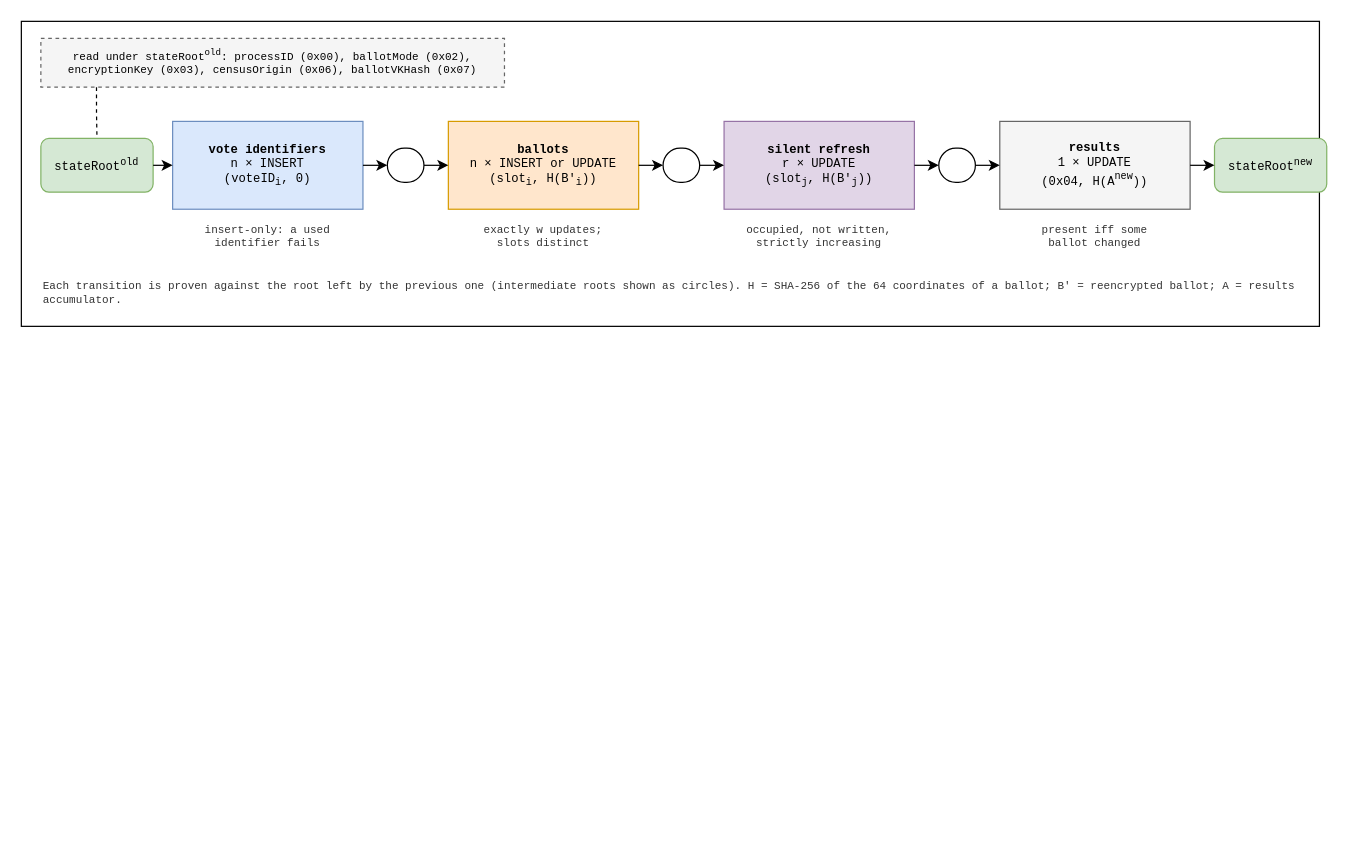
The draw.io diagram v2/figures/smt-chain.drawio in vocdoni/davinci-paper, before the edit. Source tidied: cells renumbered, new cells numbered last; positions are measured from the earlier drawing's top-left corner, leaving out a move shared by most shapes. Both pictures are drawn from the tidied source at 122%, with x=0, y=0 at pixel (21, 21).
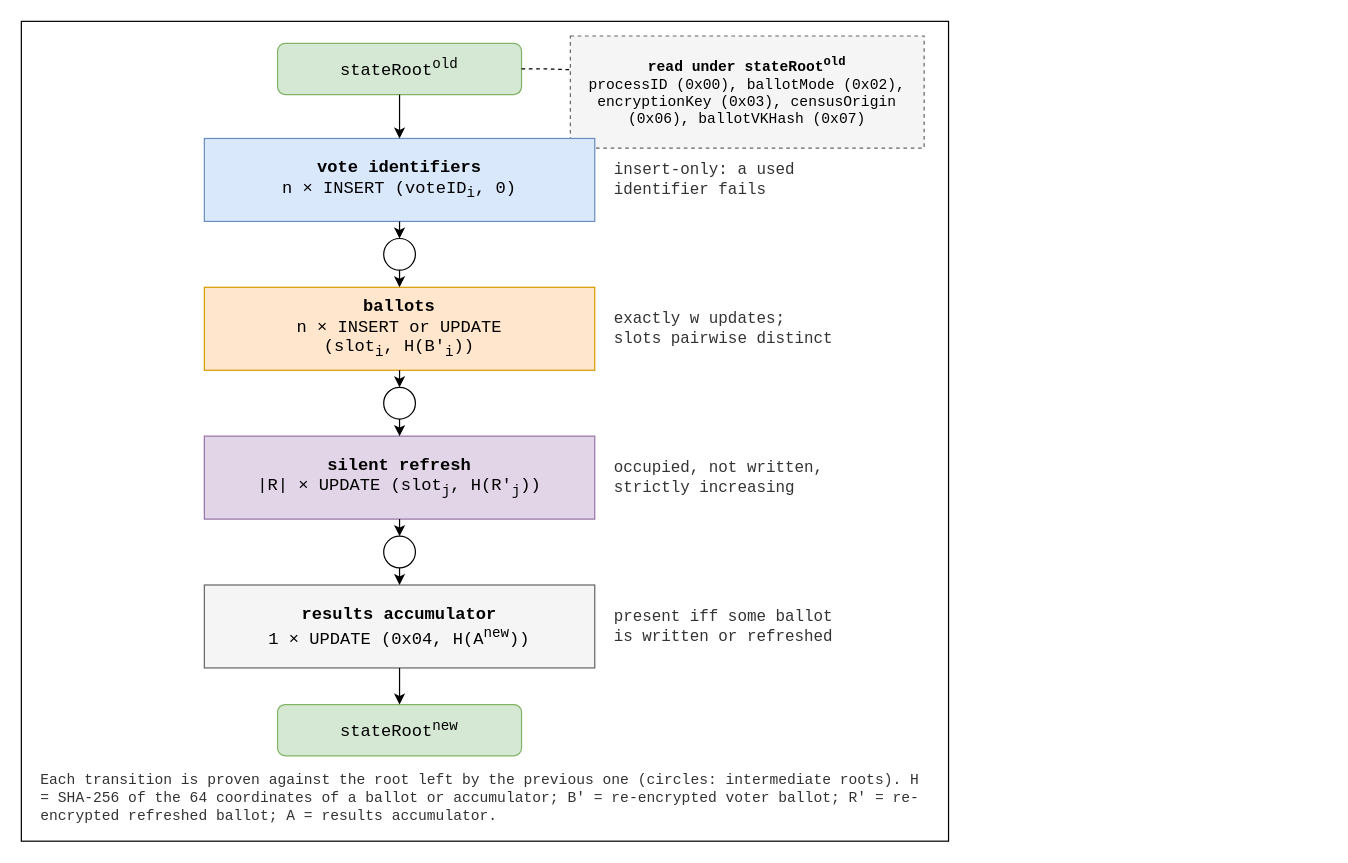
The same diagram, later.

Diff of the diagram source:
```diff
@@
+    <mxCell id="26" style="rounded=0;whiteSpace=wrap;html=1;fontSize=11;fillColor=none;strokeColor=#000000;fontFamily=Courier New;verticalAlign=top;align=center;spacingTop=4;spacingLeft=6;fontStyle=1;" parent="1" vertex="1">
+      <mxGeometry width="760" height="672" as="geometry" />
+    </mxCell>
-    <mxCell id="2" style="rounded=0;whiteSpace=wrap;html=1;fontSize=11;fillColor=none;strokeColor=#000000;fontFamily=Courier New;verticalAlign=top;align=center;spacingTop=4;spacingLeft=6;fontStyle=1;" parent="1" vertex="1">
-      <mxGeometry width="1064" height="250" as="geometry" />
+    <mxCell id="2" value="stateRoot&lt;sup&gt;old&lt;/sup&gt;" style="rounded=1;whiteSpace=wrap;html=1;fontSize=14;fillColor=#d5e8d4;strokeColor=#82b366;fontFamily=Courier New;align=center;verticalAlign=middle;" parent="1" vertex="1">
+      <mxGeometry x="210" y="18" width="200" height="42" as="geometry" />
     </mxCell>
-    <mxCell id="3" value="stateRoot&lt;sup&gt;old&lt;/sup&gt;" style="rounded=1;whiteSpace=wrap;html=1;fontSize=10;fillColor=#d5e8d4;strokeColor=#82b366;fontFamily=Courier New;align=center;verticalAlign=middle;" parent="1" vertex="1">
-      <mxGeometry x="16" y="96" width="92" height="44" as="geometry" />
+    <mxCell id="3" value="&lt;b&gt;read under stateRoot&lt;sup&gt;old&lt;/sup&gt;&lt;/b&gt;&lt;br&gt;processID (0x00), ballotMode (0x02),&lt;br&gt;encryptionKey (0x03), censusOrigin&lt;br&gt;(0x06), ballotVKHash (0x07)" style="rounded=0;whiteSpace=wrap;html=1;fontSize=12;fillColor=#f5f5f5;strokeColor=#666666;fontFamily=Courier New;align=center;verticalAlign=middle;dashed=1;" parent="1" vertex="1">
+      <mxGeometry x="450" y="12" width="290" height="92" as="geometry" />
     </mxCell>
-    <mxCell id="4" value="&lt;b&gt;vote identifiers&lt;/b&gt;&lt;br&gt;n &amp;times; INSERT&lt;br&gt;(voteID&lt;sub&gt;i&lt;/sub&gt;, 0)" style="rounded=0;whiteSpace=wrap;html=1;fontSize=10;fillColor=#dae8fc;strokeColor=#6c8ebf;fontFamily=Courier New;align=center;verticalAlign=middle;" parent="1" vertex="1">
-      <mxGeometry x="124" y="82" width="156" height="72" as="geometry" />
+    <mxCell id="4" style="edgeStyle=orthogonalEdgeStyle;rounded=0;html=1;endArrow=none;startArrow=none;endSize=6;startSize=6;fontSize=10;fontFamily=Courier New;strokeColor=#000000;strokeWidth=1;dashed=1;labelBackgroundColor=#ffffff;exitX=1;exitY=0.5;exitDx=0;exitDy=0;entryX=0;entryY=0.3;entryDx=0;entryDy=0;" parent="1" edge="1" source="2" target="3">
+      <mxGeometry relative="1" as="geometry" />
     </mxCell>
-    <mxCell id="5" style="edgeStyle=orthogonalEdgeStyle;rounded=0;html=1;endArrow=classic;startArrow=none;endSize=6;startSize=6;fontSize=10;fontFamily=Courier New;strokeColor=#000000;strokeWidth=1;labelBackgroundColor=#ffffff;exitX=1;exitY=0.5;exitDx=0;exitDy=0;entryX=0;entryY=0.5;entryDx=0;entryDy=0;" parent="1" edge="1" source="3" target="4">
-      <mxGeometry relative="1" as="geometry" />
+    <mxCell id="5" value="&lt;b&gt;vote identifiers&lt;/b&gt;&lt;br&gt;n &amp;times; INSERT (voteID&lt;sub&gt;i&lt;/sub&gt;, 0)" style="rounded=0;whiteSpace=wrap;html=1;fontSize=14;fillColor=#dae8fc;strokeColor=#6c8ebf;fontFamily=Courier New;align=center;verticalAlign=middle;" parent="1" vertex="1">
+      <mxGeometry x="150" y="96" width="320" height="68" as="geometry" />
     </mxCell>
-    <mxCell id="6" value="insert-only: a used&lt;br&gt;identifier fails" style="text;html=1;whiteSpace=wrap;fontSize=9;fontFamily=Courier New;align=center;verticalAlign=middle;fontColor=#333333;" parent="1" vertex="1">
-      <mxGeometry x="124" y="160" width="156" height="34" as="geometry" />
+    <mxCell id="6" style="edgeStyle=orthogonalEdgeStyle;rounded=0;html=1;endArrow=classic;startArrow=none;endSize=6;startSize=6;fontSize=10;fontFamily=Courier New;strokeColor=#000000;strokeWidth=1;labelBackgroundColor=#ffffff;exitX=0.5;exitY=1;exitDx=0;exitDy=0;entryX=0.5;entryY=0;entryDx=0;entryDy=0;" parent="1" edge="1" source="2" target="5">
+      <mxGeometry relative="1" as="geometry" />
     </mxCell>
-    <mxCell id="7" style="rounded=1;whiteSpace=wrap;html=1;fontSize=11;fillColor=#ffffff;strokeColor=#000000;fontFamily=Courier New;align=center;verticalAlign=middle;arcSize=50;" parent="1" vertex="1">
-      <mxGeometry x="300" y="104" width="30" height="28" as="geometry" />
+    <mxCell id="7" value="insert-only: a used&lt;br&gt;identifier fails" style="text;html=1;whiteSpace=wrap;fontSize=13;fontFamily=Courier New;align=left;verticalAlign=middle;fontColor=#333333;" parent="1" vertex="1">
+      <mxGeometry x="484" y="106" width="270" height="48" as="geometry" />
     </mxCell>
-    <mxCell id="8" style="edgeStyle=orthogonalEdgeStyle;rounded=0;html=1;endArrow=classic;startArrow=none;endSize=6;startSize=6;fontSize=10;fontFamily=Courier New;strokeColor=#000000;strokeWidth=1;labelBackgroundColor=#ffffff;exitX=1;exitY=0.5;exitDx=0;exitDy=0;entryX=0;entryY=0.5;entryDx=0;entryDy=0;" parent="1" edge="1" source="4" target="7">
-      <mxGeometry relative="1" as="geometry" />
+    <mxCell id="8" style="rounded=1;whiteSpace=wrap;html=1;fontSize=11;fillColor=#ffffff;strokeColor=#000000;fontFamily=Courier New;align=center;verticalAlign=middle;arcSize=50;" parent="1" vertex="1">
+      <mxGeometry x="297" y="178" width="26" height="26" as="geometry" />
     </mxCell>
-    <mxCell id="9" value="&lt;b&gt;ballots&lt;/b&gt;&lt;br&gt;n &amp;times; INSERT or UPDATE&lt;br&gt;(slot&lt;sub&gt;i&lt;/sub&gt;, H(B'&lt;sub&gt;i&lt;/sub&gt;))" style="rounded=0;whiteSpace=wrap;html=1;fontSize=10;fillColor=#ffe6cc;strokeColor=#d79b00;fontFamily=Courier New;align=center;verticalAlign=middle;" parent="1" vertex="1">
-      <mxGeometry x="350" y="82" width="156" height="72" as="geometry" />
+    <mxCell id="9" style="edgeStyle=orthogonalEdgeStyle;rounded=0;html=1;endArrow=classic;startArrow=none;endSize=6;startSize=6;fontSize=10;fontFamily=Courier New;strokeColor=#000000;strokeWidth=1;labelBackgroundColor=#ffffff;exitX=0.5;exitY=1;exitDx=0;exitDy=0;entryX=0.5;entryY=0;entryDx=0;entryDy=0;" parent="1" edge="1" source="5" target="8">
+      <mxGeometry relative="1" as="geometry" />
     </mxCell>
-    <mxCell id="10" style="edgeStyle=orthogonalEdgeStyle;rounded=0;html=1;endArrow=classic;startArrow=none;endSize=6;startSize=6;fontSize=10;fontFamily=Courier New;strokeColor=#000000;strokeWidth=1;labelBackgroundColor=#ffffff;exitX=1;exitY=0.5;exitDx=0;exitDy=0;entryX=0;entryY=0.5;entryDx=0;entryDy=0;" parent="1" edge="1" source="7" target="9">
-      <mxGeometry relative="1" as="geometry" />
+    <mxCell id="10" value="&lt;b&gt;ballots&lt;/b&gt;&lt;br&gt;n &amp;times; INSERT or UPDATE&lt;br&gt;(slot&lt;sub&gt;i&lt;/sub&gt;, H(B'&lt;sub&gt;i&lt;/sub&gt;))" style="rounded=0;whiteSpace=wrap;html=1;fontSize=14;fillColor=#ffe6cc;strokeColor=#d79b00;fontFamily=Courier New;align=center;verticalAlign=middle;" parent="1" vertex="1">
+      <mxGeometry x="150" y="218" width="320" height="68" as="geometry" />
     </mxCell>
-    <mxCell id="11" value="exactly w updates;&lt;br&gt;slots distinct" style="text;html=1;whiteSpace=wrap;fontSize=9;fontFamily=Courier New;align=center;verticalAlign=middle;fontColor=#333333;" parent="1" vertex="1">
-      <mxGeometry x="350" y="160" width="156" height="34" as="geometry" />
+    <mxCell id="11" style="edgeStyle=orthogonalEdgeStyle;rounded=0;html=1;endArrow=classic;startArrow=none;endSize=6;startSize=6;fontSize=10;fontFamily=Courier New;strokeColor=#000000;strokeWidth=1;labelBackgroundColor=#ffffff;exitX=0.5;exitY=1;exitDx=0;exitDy=0;entryX=0.5;entryY=0;entryDx=0;entryDy=0;" parent="1" edge="1" source="8" target="10">
+      <mxGeometry relative="1" as="geometry" />
     </mxCell>
-    <mxCell id="12" style="rounded=1;whiteSpace=wrap;html=1;fontSize=11;fillColor=#ffffff;strokeColor=#000000;fontFamily=Courier New;align=center;verticalAlign=middle;arcSize=50;" parent="1" vertex="1">
-      <mxGeometry x="526" y="104" width="30" height="28" as="geometry" />
+    <mxCell id="12" value="exactly w updates;&lt;br&gt;slots pairwise distinct" style="text;html=1;whiteSpace=wrap;fontSize=13;fontFamily=Courier New;align=left;verticalAlign=middle;fontColor=#333333;" parent="1" vertex="1">
+      <mxGeometry x="484" y="228" width="270" height="48" as="geometry" />
     </mxCell>
-    <mxCell id="13" style="edgeStyle=orthogonalEdgeStyle;rounded=0;html=1;endArrow=classic;startArrow=none;endSize=6;startSize=6;fontSize=10;fontFamily=Courier New;strokeColor=#000000;strokeWidth=1;labelBackgroundColor=#ffffff;exitX=1;exitY=0.5;exitDx=0;exitDy=0;entryX=0;entryY=0.5;entryDx=0;entryDy=0;" parent="1" edge="1" source="9" target="12">
-      <mxGeometry relative="1" as="geometry" />
+    <mxCell id="13" style="rounded=1;whiteSpace=wrap;html=1;fontSize=11;fillColor=#ffffff;strokeColor=#000000;fontFamily=Courier New;align=center;verticalAlign=middle;arcSize=50;" parent="1" vertex="1">
+      <mxGeometry x="297" y="300" width="26" height="26" as="geometry" />
     </mxCell>
-    <mxCell id="14" value="&lt;b&gt;silent refresh&lt;/b&gt;&lt;br&gt;r &amp;times; UPDATE&lt;br&gt;(slot&lt;sub&gt;j&lt;/sub&gt;, H(B'&lt;sub&gt;j&lt;/sub&gt;))" style="rounded=0;whiteSpace=wrap;html=1;fontSize=10;fillColor=#e1d5e7;strokeColor=#9673a6;fontFamily=Courier New;align=center;verticalAlign=middle;" parent="1" vertex="1">
-      <mxGeometry x="576" y="82" width="156" height="72" as="geometry" />
+    <mxCell id="14" style="edgeStyle=orthogonalEdgeStyle;rounded=0;html=1;endArrow=classic;startArrow=none;endSize=6;startSize=6;fontSize=10;fontFamily=Courier New;strokeColor=#000000;strokeWidth=1;labelBackgroundColor=#ffffff;exitX=0.5;exitY=1;exitDx=0;exitDy=0;entryX=0.5;entryY=0;entryDx=0;entryDy=0;" parent="1" edge="1" source="10" target="13">
+      <mxGeometry relative="1" as="geometry" />
     </mxCell>
-    <mxCell id="15" style="edgeStyle=orthogonalEdgeStyle;rounded=0;html=1;endArrow=classic;startArrow=none;endSize=6;startSize=6;fontSize=10;fontFamily=Courier New;strokeColor=#000000;strokeWidth=1;labelBackgroundColor=#ffffff;exitX=1;exitY=0.5;exitDx=0;exitDy=0;entryX=0;entryY=0.5;entryDx=0;entryDy=0;" parent="1" edge="1" source="12" target="14">
-      <mxGeometry relative="1" as="geometry" />
+    <mxCell id="15" value="&lt;b&gt;silent refresh&lt;/b&gt;&lt;br&gt;|R| &amp;times; UPDATE (slot&lt;sub&gt;j&lt;/sub&gt;, H(R'&lt;sub&gt;j&lt;/sub&gt;))" style="rounded=0;whiteSpace=wrap;html=1;fontSize=14;fillColor=#e1d5e7;strokeColor=#9673a6;fontFamily=Courier New;align=center;verticalAlign=middle;" parent="1" vertex="1">
+      <mxGeometry x="150" y="340" width="320" height="68" as="geometry" />
     </mxCell>
-    <mxCell id="16" value="occupied, not written,&lt;br&gt;strictly increasing" style="text;html=1;whiteSpace=wrap;fontSize=9;fontFamily=Courier New;align=center;verticalAlign=middle;fontColor=#333333;" parent="1" vertex="1">
-      <mxGeometry x="576" y="160" width="156" height="34" as="geometry" />
+    <mxCell id="16" style="edgeStyle=orthogonalEdgeStyle;rounded=0;html=1;endArrow=classic;startArrow=none;endSize=6;startSize=6;fontSize=10;fontFamily=Courier New;strokeColor=#000000;strokeWidth=1;labelBackgroundColor=#ffffff;exitX=0.5;exitY=1;exitDx=0;exitDy=0;entryX=0.5;entryY=0;entryDx=0;entryDy=0;" parent="1" edge="1" source="13" target="15">
+      <mxGeometry relative="1" as="geometry" />
     </mxCell>
-    <mxCell id="17" style="rounded=1;whiteSpace=wrap;html=1;fontSize=11;fillColor=#ffffff;strokeColor=#000000;fontFamily=Courier New;align=center;verticalAlign=middle;arcSize=50;" parent="1" vertex="1">
-      <mxGeometry x="752" y="104" width="30" height="28" as="geometry" />
+    <mxCell id="17" value="occupied, not written,&lt;br&gt;strictly increasing" style="text;html=1;whiteSpace=wrap;fontSize=13;fontFamily=Courier New;align=left;verticalAlign=middle;fontColor=#333333;" parent="1" vertex="1">
+      <mxGeometry x="484" y="350" width="270" height="48" as="geometry" />
     </mxCell>
-    <mxCell id="18" style="edgeStyle=orthogonalEdgeStyle;rounded=0;html=1;endArrow=classic;startArrow=none;endSize=6;startSize=6;fontSize=10;fontFamily=Courier New;strokeColor=#000000;strokeWidth=1;labelBackgroundColor=#ffffff;exitX=1;exitY=0.5;exitDx=0;exitDy=0;entryX=0;entryY=0.5;entryDx=0;entryDy=0;" parent="1" edge="1" source="14" target="17">
-      <mxGeometry relative="1" as="geometry" />
+    <mxCell id="18" style="rounded=1;whiteSpace=wrap;html=1;fontSize=11;fillColor=#ffffff;strokeColor=#000000;fontFamily=Courier New;align=center;verticalAlign=middle;arcSize=50;" parent="1" vertex="1">
+      <mxGeometry x="297" y="422" width="26" height="26" as="geometry" />
     </mxCell>
-    <mxCell id="19" value="&lt;b&gt;results&lt;/b&gt;&lt;br&gt;1 &amp;times; UPDATE&lt;br&gt;(0x04, H(A&lt;sup&gt;new&lt;/sup&gt;))" style="rounded=0;whiteSpace=wrap;html=1;fontSize=10;fillColor=#f5f5f5;strokeColor=#666666;fontFamily=Courier New;align=center;verticalAlign=middle;" parent="1" vertex="1">
-      <mxGeometry x="802" y="82" width="156" height="72" as="geometry" />
+    <mxCell id="19" style="edgeStyle=orthogonalEdgeStyle;rounded=0;html=1;endArrow=classic;startArrow=none;endSize=6;startSize=6;fontSize=10;fontFamily=Courier New;strokeColor=#000000;strokeWidth=1;labelBackgroundColor=#ffffff;exitX=0.5;exitY=1;exitDx=0;exitDy=0;entryX=0.5;entryY=0;entryDx=0;entryDy=0;" parent="1" edge="1" source="15" target="18">
+      <mxGeometry relative="1" as="geometry" />
     </mxCell>
-    <mxCell id="20" style="edgeStyle=orthogonalEdgeStyle;rounded=0;html=1;endArrow=classic;startArrow=none;endSize=6;startSize=6;fontSize=10;fontFamily=Courier New;strokeColor=#000000;strokeWidth=1;labelBackgroundColor=#ffffff;exitX=1;exitY=0.5;exitDx=0;exitDy=0;entryX=0;entryY=0.5;entryDx=0;entryDy=0;" parent="1" edge="1" source="17" target="19">
-      <mxGeometry relative="1" as="geometry" />
+    <mxCell id="20" value="&lt;b&gt;results accumulator&lt;/b&gt;&lt;br&gt;1 &amp;times; UPDATE (0x04, H(A&lt;sup&gt;new&lt;/sup&gt;))" style="rounded=0;whiteSpace=wrap;html=1;fontSize=14;fillColor=#f5f5f5;strokeColor=#666666;fontFamily=Courier New;align=center;verticalAlign=middle;" parent="1" vertex="1">
+      <mxGeometry x="150" y="462" width="320" height="68" as="geometry" />
     </mxCell>
-    <mxCell id="21" value="present iff some&lt;br&gt;ballot changed" style="text;html=1;whiteSpace=wrap;fontSize=9;fontFamily=Courier New;align=center;verticalAlign=middle;fontColor=#333333;" parent="1" vertex="1">
-      <mxGeometry x="802" y="160" width="156" height="34" as="geometry" />
+    <mxCell id="21" style="edgeStyle=orthogonalEdgeStyle;rounded=0;html=1;endArrow=classic;startArrow=none;endSize=6;startSize=6;fontSize=10;fontFamily=Courier New;strokeColor=#000000;strokeWidth=1;labelBackgroundColor=#ffffff;exitX=0.5;exitY=1;exitDx=0;exitDy=0;entryX=0.5;entryY=0;entryDx=0;entryDy=0;" parent="1" edge="1" source="18" target="20">
+      <mxGeometry relative="1" as="geometry" />
     </mxCell>
-    <mxCell id="22" value="stateRoot&lt;sup&gt;new&lt;/sup&gt;" style="rounded=1;whiteSpace=wrap;html=1;fontSize=10;fillColor=#d5e8d4;strokeColor=#82b366;fontFamily=Courier New;align=center;verticalAlign=middle;" parent="1" vertex="1">
-      <mxGeometry x="978" y="96" width="92" height="44" as="geometry" />
+    <mxCell id="22" value="present iff some ballot&lt;br&gt;is written or refreshed" style="text;html=1;whiteSpace=wrap;fontSize=13;fontFamily=Courier New;align=left;verticalAlign=middle;fontColor=#333333;" parent="1" vertex="1">
+      <mxGeometry x="484" y="472" width="270" height="48" as="geometry" />
     </mxCell>
-    <mxCell id="23" style="edgeStyle=orthogonalEdgeStyle;rounded=0;html=1;endArrow=classic;startArrow=none;endSize=6;startSize=6;fontSize=10;fontFamily=Courier New;strokeColor=#000000;strokeWidth=1;labelBackgroundColor=#ffffff;exitX=1;exitY=0.5;exitDx=0;exitDy=0;entryX=0;entryY=0.5;entryDx=0;entryDy=0;" parent="1" edge="1" source="19" target="22">
-      <mxGeometry relative="1" as="geometry" />
+    <mxCell id="23" value="stateRoot&lt;sup&gt;new&lt;/sup&gt;" style="rounded=1;whiteSpace=wrap;html=1;fontSize=14;fillColor=#d5e8d4;strokeColor=#82b366;fontFamily=Courier New;align=center;verticalAlign=middle;" parent="1" vertex="1">
+      <mxGeometry x="210" y="560" width="200" height="42" as="geometry" />
     </mxCell>
-    <mxCell id="24" value="read under stateRoot&lt;sup&gt;old&lt;/sup&gt;: processID (0x00), ballotMode (0x02),&lt;br&gt;encryptionKey (0x03), censusOrigin (0x06), ballotVKHash (0x07)" style="rounded=0;whiteSpace=wrap;html=1;fontSize=9;fillColor=#f5f5f5;strokeColor=#666666;fontFamily=Courier New;align=center;verticalAlign=middle;dashed=1;" parent="1" vertex="1">
-      <mxGeometry x="16" y="14" width="380" height="40" as="geometry" />
+    <mxCell id="24" style="edgeStyle=orthogonalEdgeStyle;rounded=0;html=1;endArrow=classic;startArrow=none;endSize=6;startSize=6;fontSize=10;fontFamily=Courier New;strokeColor=#000000;strokeWidth=1;labelBackgroundColor=#ffffff;exitX=0.5;exitY=1;exitDx=0;exitDy=0;entryX=0.5;entryY=0;entryDx=0;entryDy=0;" parent="1" edge="1" source="20" target="23">
+      <mxGeometry relative="1" as="geometry" />
     </mxCell>
-    <mxCell id="25" style="edgeStyle=orthogonalEdgeStyle;rounded=0;html=1;endArrow=none;startArrow=none;endSize=6;startSize=6;fontSize=10;fontFamily=Courier New;strokeColor=#000000;strokeWidth=1;dashed=1;labelBackgroundColor=#ffffff;exitX=0.12;exitY=1;exitDx=0;exitDy=0;entryX=0.5;entryY=0;entryDx=0;entryDy=0;" parent="1" edge="1" source="24" target="3">
-      <mxGeometry relative="1" as="geometry" />
+    <mxCell id="25" value="Each transition is proven against the root left by the previous one (circles: intermediate roots). H = SHA-256 of the 64 coordinates of a ballot or accumulator; B' = re-encrypted voter ballot; R' = re-encrypted refreshed ballot; A = results accumulator." style="text;html=1;whiteSpace=wrap;fontSize=12;fontFamily=Courier New;align=left;verticalAlign=middle;fontColor=#333333;" parent="1" vertex="1">
+      <mxGeometry x="14" y="612" width="732" height="50" as="geometry" />
     </mxCell>
-    <mxCell id="26" value="Each transition is proven against the root left by the previous one (intermediate roots shown as circles). H = SHA-256 of the 64 coordinates of a ballot; B' = reencrypted ballot; A = results accumulator." style="text;html=1;whiteSpace=wrap;fontSize=9;fontFamily=Courier New;align=left;verticalAlign=middle;fontColor=#333333;" parent="1" vertex="1">
-      <mxGeometry x="16" y="206" width="1030" height="34" as="geometry" />
-    </mxCell>
```
